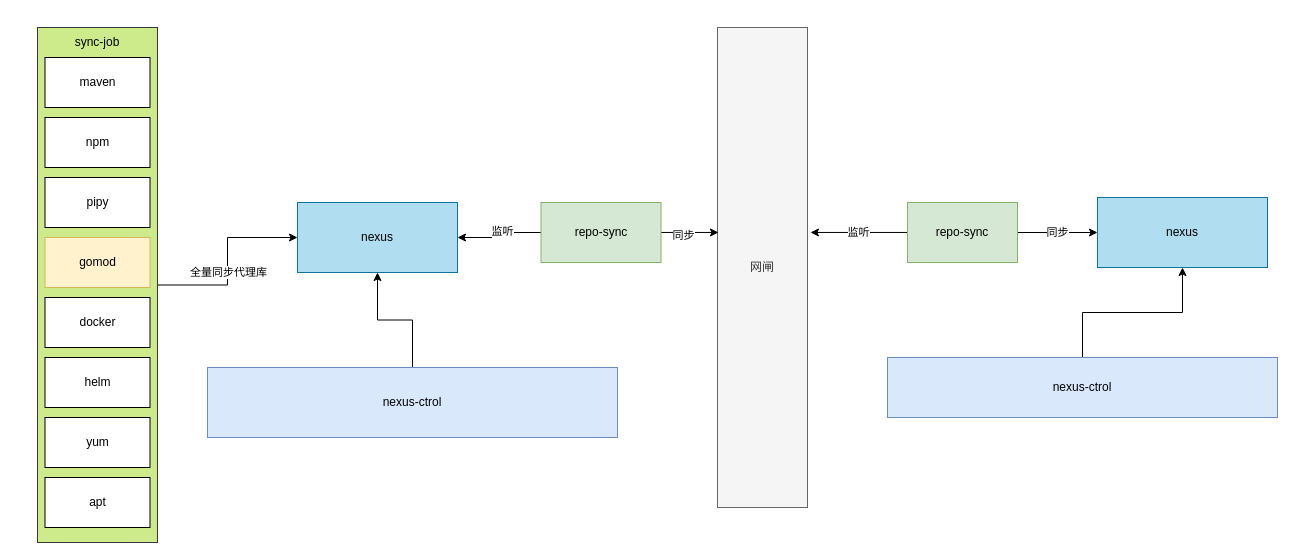
zzl-code/drawImg keeps this draw.io diagram as page "第 2 页" (2 of 3) of ProductRepository.drawio. Above is the earlier version. Source tidied: cells renumbered, new cells numbered last; positions are measured from the earlier drawing's top-left corner, leaving out a move shared by most shapes. Both pictures are drawn from the tidied source at 100%, with x=0, y=0 at pixel (37, 27).
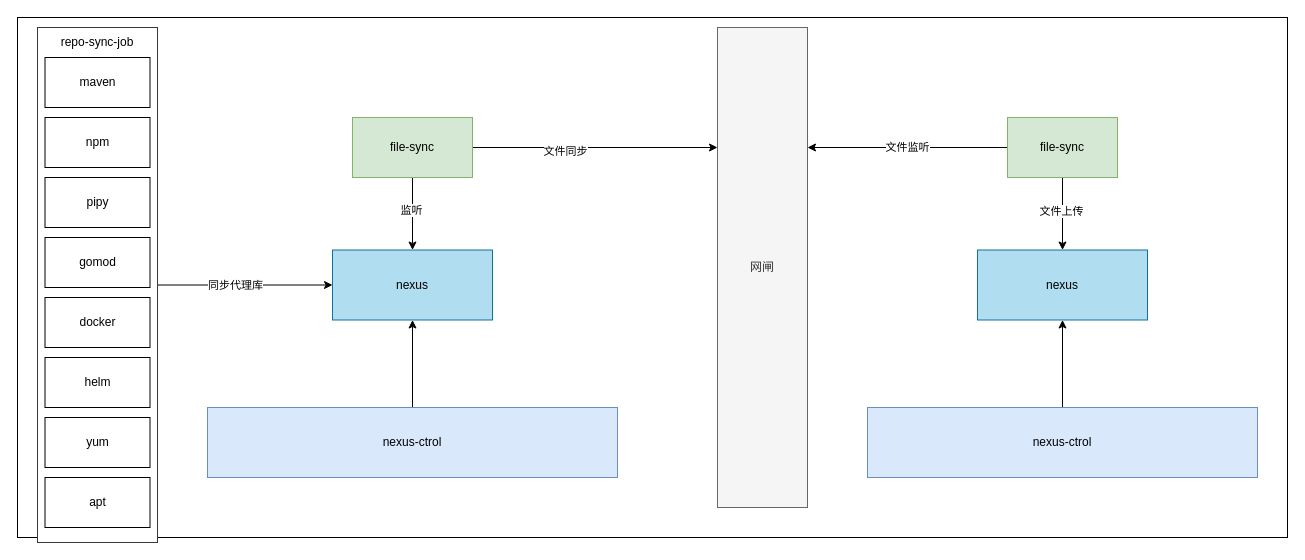
The same page after the edit.

The change refers to these unchanged cells:
```xml
<mxCell id="2" value="网闸" style="rounded=0;whiteSpace=wrap;html=1;fillColor=#f5f5f5;fontColor=#333333;strokeColor=#666666;" parent="1" vertex="1">
  <mxGeometry x="680" width="90" height="480" as="geometry" />
</mxCell>
<mxCell id="13" style="edgeStyle=orthogonalEdgeStyle;rounded=0;jettySize=auto;html=1;" parent="1" edge="1" source="15" target="3">
  <mxGeometry relative="1" as="geometry" />
</mxCell>
```

Diff of the diagram source:
```diff
@@
+    <mxCell id="29" style="rounded=0;whiteSpace=wrap;html=1;" parent="1" vertex="1">
+      <mxGeometry x="-20" y="-10" width="1270" height="520" as="geometry" />
+    </mxCell>
@@
     <mxCell id="3" value="nexus" style="rounded=0;whiteSpace=wrap;html=1;fillColor=#b1ddf0;strokeColor=#10739e;" parent="1" vertex="1">
-      <mxGeometry x="260" y="175" width="160" height="70" as="geometry" />
+      <mxGeometry x="295" y="222.5" width="160" height="70" as="geometry" />
     </mxCell>
-    <mxCell id="4" style="edgeStyle=orthogonalEdgeStyle;rounded=0;jettySize=auto;html=1;entryX=1;entryY=0.5;entryDx=0;entryDy=0;" parent="1" edge="1" source="8" target="3">
+    <mxCell id="4" style="edgeStyle=orthogonalEdgeStyle;rounded=0;jettySize=auto;html=1;entryX=0.5;entryY=0;entryDx=0;entryDy=0;" parent="1" edge="1" source="8" target="3">
       <mxGeometry relative="1" as="geometry" />
     </mxCell>
@@
-    <mxCell id="6" style="edgeStyle=orthogonalEdgeStyle;rounded=0;jettySize=auto;html=1;entryX=0.011;entryY=0.427;entryDx=0;entryDy=0;entryPerimeter=0;" parent="1" edge="1" source="8" target="2">
+    <mxCell id="6" style="edgeStyle=orthogonalEdgeStyle;rounded=0;jettySize=auto;html=1;entryX=0;entryY=0.25;entryDx=0;entryDy=0;" parent="1" edge="1" source="8" target="2">
       <mxGeometry relative="1" as="geometry" />
     </mxCell>
-    <mxCell id="7" value="同步" style="edgeLabel;html=1;align=center;verticalAlign=middle;" parent="6" vertex="1">
+    <mxCell id="7" value="文件同步" style="edgeLabel;html=1;align=center;verticalAlign=middle;" parent="6" vertex="1">
       <mxGeometry x="-0.25" y="-3" relative="1" as="geometry" />
     </mxCell>
-    <mxCell id="8" value="repo-sync" style="rounded=0;whiteSpace=wrap;html=1;fillColor=#d5e8d4;strokeColor=#82b366;" parent="1" vertex="1">
-      <mxGeometry x="503.5" y="175" width="120" height="60" as="geometry" />
+    <mxCell id="8" value="file-sync" style="rounded=0;whiteSpace=wrap;html=1;fillColor=#d5e8d4;strokeColor=#82b366;" parent="1" vertex="1">
+      <mxGeometry x="315" y="90" width="120" height="60" as="geometry" />
     </mxCell>
+    <mxCell id="10" value="文件监听" style="edgeStyle=orthogonalEdgeStyle;rounded=0;jettySize=auto;html=1;entryX=1;entryY=0.25;entryDx=0;entryDy=0;" parent="1" edge="1" source="11" target="2">
+      <mxGeometry relative="1" as="geometry" />
+    </mxCell>
-    <mxCell id="9" value="同步" style="edgeStyle=orthogonalEdgeStyle;rounded=0;jettySize=auto;html=1;entryX=0;entryY=0.5;entryDx=0;entryDy=0;" parent="1" edge="1" source="11" target="12">
-      <mxGeometry relative="1" as="geometry">
-        <Array as="points">
-          <mxPoint x="1020" y="205" />
-          <mxPoint x="1020" y="205" />
-        </Array>
-      </mxGeometry>
+    <mxCell id="9" style="edgeStyle=orthogonalEdgeStyle;rounded=0;jettySize=auto;html=1;" parent="1" edge="1" source="11" target="12">
+      <mxGeometry relative="1" as="geometry" />
     </mxCell>
-    <mxCell id="10" value="监听" style="edgeStyle=orthogonalEdgeStyle;rounded=0;jettySize=auto;html=1;entryX=1.033;entryY=0.427;entryDx=0;entryDy=0;entryPerimeter=0;" parent="1" edge="1" source="11" target="2">
-      <mxGeometry relative="1" as="geometry" />
-    </mxCell>
+    <mxCell id="30" value="文件上传" style="edgeLabel;html=1;align=center;verticalAlign=middle;" parent="9" vertex="1">
+      <mxGeometry x="-0.09" y="-2" relative="1" as="geometry" />
+    </mxCell>
-    <mxCell id="11" value="repo-sync" style="rounded=0;whiteSpace=wrap;html=1;fillColor=#d5e8d4;strokeColor=#82b366;" parent="1" vertex="1">
-      <mxGeometry x="870" y="175" width="110" height="60" as="geometry" />
+    <mxCell id="11" value="file-sync" style="rounded=0;whiteSpace=wrap;html=1;fillColor=#d5e8d4;strokeColor=#82b366;" parent="1" vertex="1">
+      <mxGeometry x="970" y="90" width="110" height="60" as="geometry" />
     </mxCell>
     <mxCell id="12" value="nexus" style="rounded=0;whiteSpace=wrap;html=1;fillColor=#b1ddf0;strokeColor=#10739e;" parent="1" vertex="1">
-      <mxGeometry x="1060" y="170" width="170" height="70" as="geometry" />
+      <mxGeometry x="940" y="222.5" width="170" height="70" as="geometry" />
     </mxCell>
@@
-    <mxCell id="14" value="全量同步代理库" style="edgeLabel;html=1;align=center;verticalAlign=middle;" parent="13" vertex="1">
+    <mxCell id="14" value="同步代理库" style="edgeLabel;html=1;align=center;verticalAlign=middle;" parent="13" vertex="1">
       <mxGeometry x="-0.12" relative="1" as="geometry" />
     </mxCell>
-    <mxCell id="15" style="rounded=0;whiteSpace=wrap;html=1;fillColor=#cdeb8b;strokeColor=#36393d;" parent="1" vertex="1">
+    <mxCell id="15" style="rounded=0;whiteSpace=wrap;html=1;fillColor=#FFFFFF;strokeColor=#36393d;" parent="1" vertex="1">
       <mxGeometry width="120" height="515" as="geometry" />
     </mxCell>
@@
-    <mxCell id="17" value="sync-job" style="text;html=1;strokeColor=none;fillColor=none;align=center;verticalAlign=middle;whiteSpace=wrap;rounded=0;" parent="1" vertex="1">
-      <mxGeometry x="30" width="60" height="30" as="geometry" />
+    <mxCell id="17" value="repo-sync-job" style="text;html=1;strokeColor=none;fillColor=none;align=center;verticalAlign=middle;whiteSpace=wrap;rounded=0;" parent="1" vertex="1">
+      <mxGeometry x="15" width="90" height="30" as="geometry" />
     </mxCell>
@@
-    <mxCell id="20" value="gomod" style="rounded=0;whiteSpace=wrap;html=1;fillColor=#fff2cc;strokeColor=#d6b656;" parent="1" vertex="1">
+    <mxCell id="20" value="gomod" style="rounded=0;whiteSpace=wrap;html=1;" parent="1" vertex="1">
       <mxGeometry x="7.5" y="210" width="105" height="50" as="geometry" />
     </mxCell>
@@
     <mxCell id="26" value="nexus-ctrol" style="rounded=0;whiteSpace=wrap;html=1;fillColor=#dae8fc;strokeColor=#6c8ebf;" parent="1" vertex="1">
-      <mxGeometry x="170" y="340" width="410" height="70" as="geometry" />
+      <mxGeometry x="170" y="380" width="410" height="70" as="geometry" />
     </mxCell>
@@
     <mxCell id="28" value="nexus-ctrol" style="rounded=0;whiteSpace=wrap;html=1;fillColor=#dae8fc;strokeColor=#6c8ebf;" parent="1" vertex="1">
-      <mxGeometry x="850" y="330" width="390" height="60" as="geometry" />
+      <mxGeometry x="830" y="380" width="390" height="70" as="geometry" />
     </mxCell>
```
